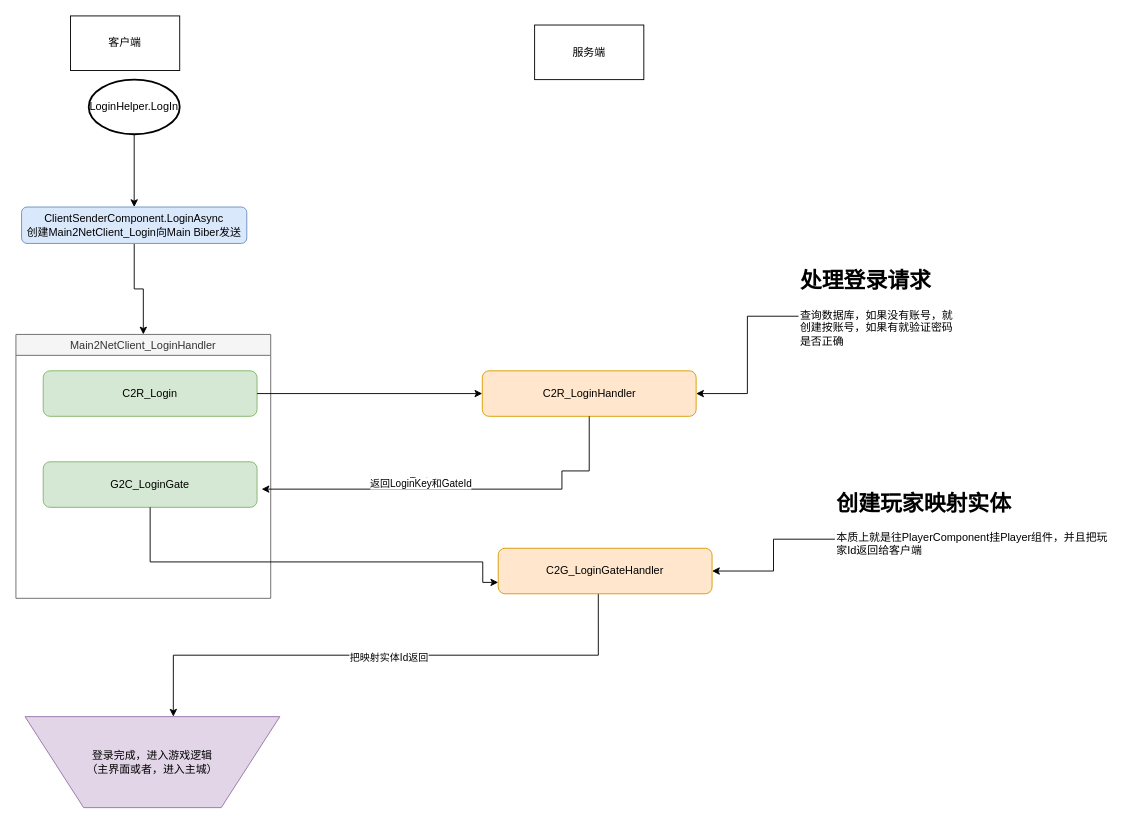
Ribosome2/GameNetty keeps this draw.io diagram as Server/Docs/登录流程图.drawio. Above is the earlier version. Source tidied: cells renumbered, new cells numbered last; positions are measured from the earlier drawing's top-left corner, leaving out a move shared by most shapes. Both pictures are drawn from the tidied source at 91%, with x=0, y=0 at pixel (15, 15).
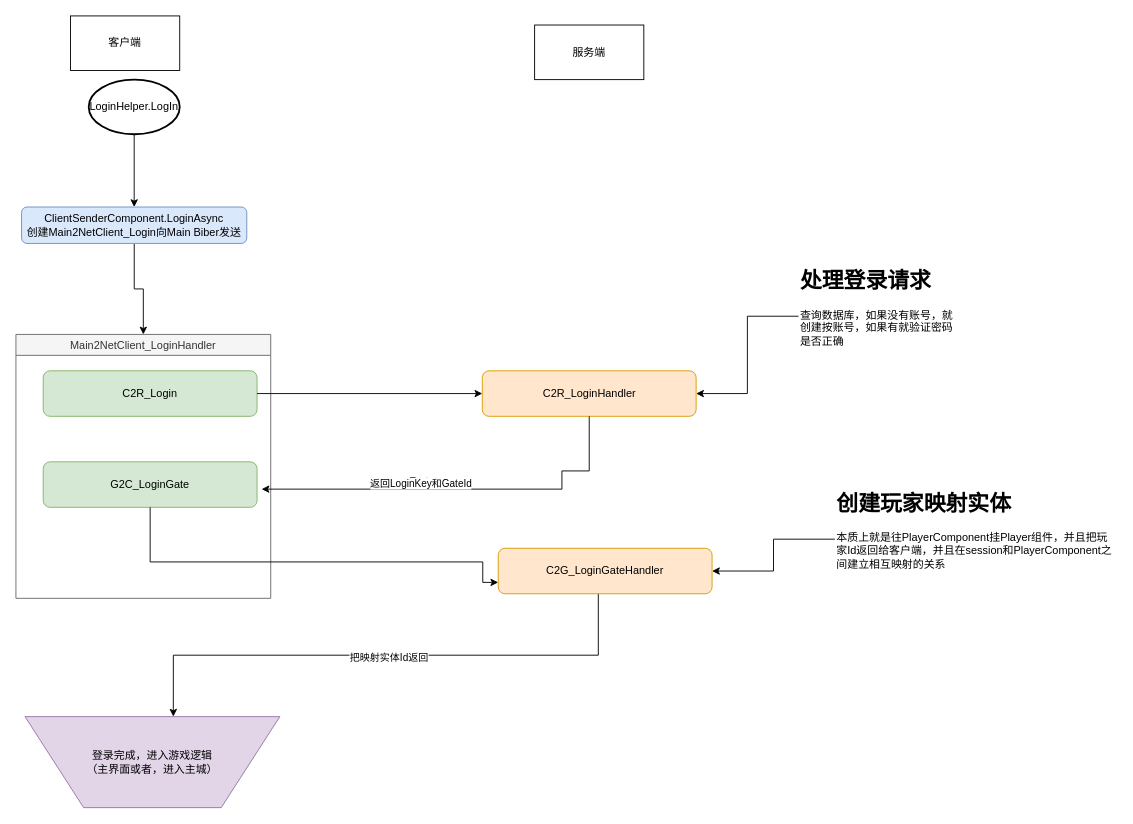
Above is the later version.

What changed in the source:
```diff
@@
-    <mxCell id="23" value="&lt;h1 style=&quot;margin-top: 0px;&quot;&gt;创建玩家映射实体&lt;/h1&gt;&lt;div&gt;本质上就是往PlayerComponent挂Player组件，并且把玩家Id返回给客户端&lt;/div&gt;" style="text;html=1;whiteSpace=wrap;overflow=hidden;rounded=0;" parent="1" vertex="1">
+    <mxCell id="23" value="&lt;h1 style=&quot;margin-top: 0px;&quot;&gt;创建玩家映射实体&lt;/h1&gt;&lt;div&gt;本质上就是往PlayerComponent挂Player组件，并且把玩家Id返回给客户端，并且在session和PlayerComponent之间建立相互映射的关系&lt;/div&gt;" style="text;html=1;whiteSpace=wrap;overflow=hidden;rounded=0;" parent="1" vertex="1">
       <mxGeometry x="900" y="515" width="310" height="120" as="geometry" />
     </mxCell>
```
